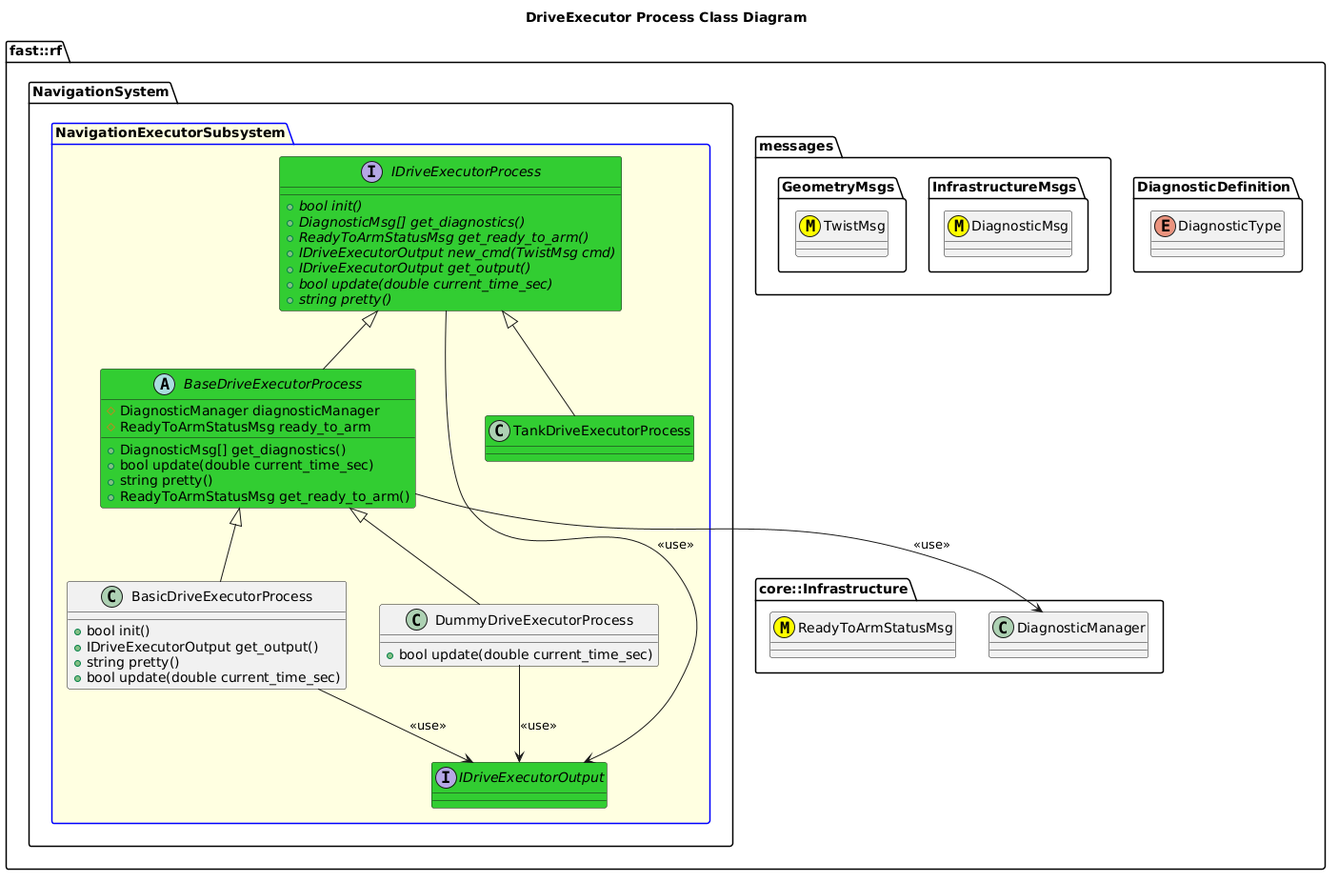
This is Systems/Navigation/Subsystems/NavigationExecutor/Processes/DriveExecutor/doc/puml/DriveExecutorProcessClassDiagram.png from fastrobotics/robot_framework, a PlantUML export, as it was before one commit.
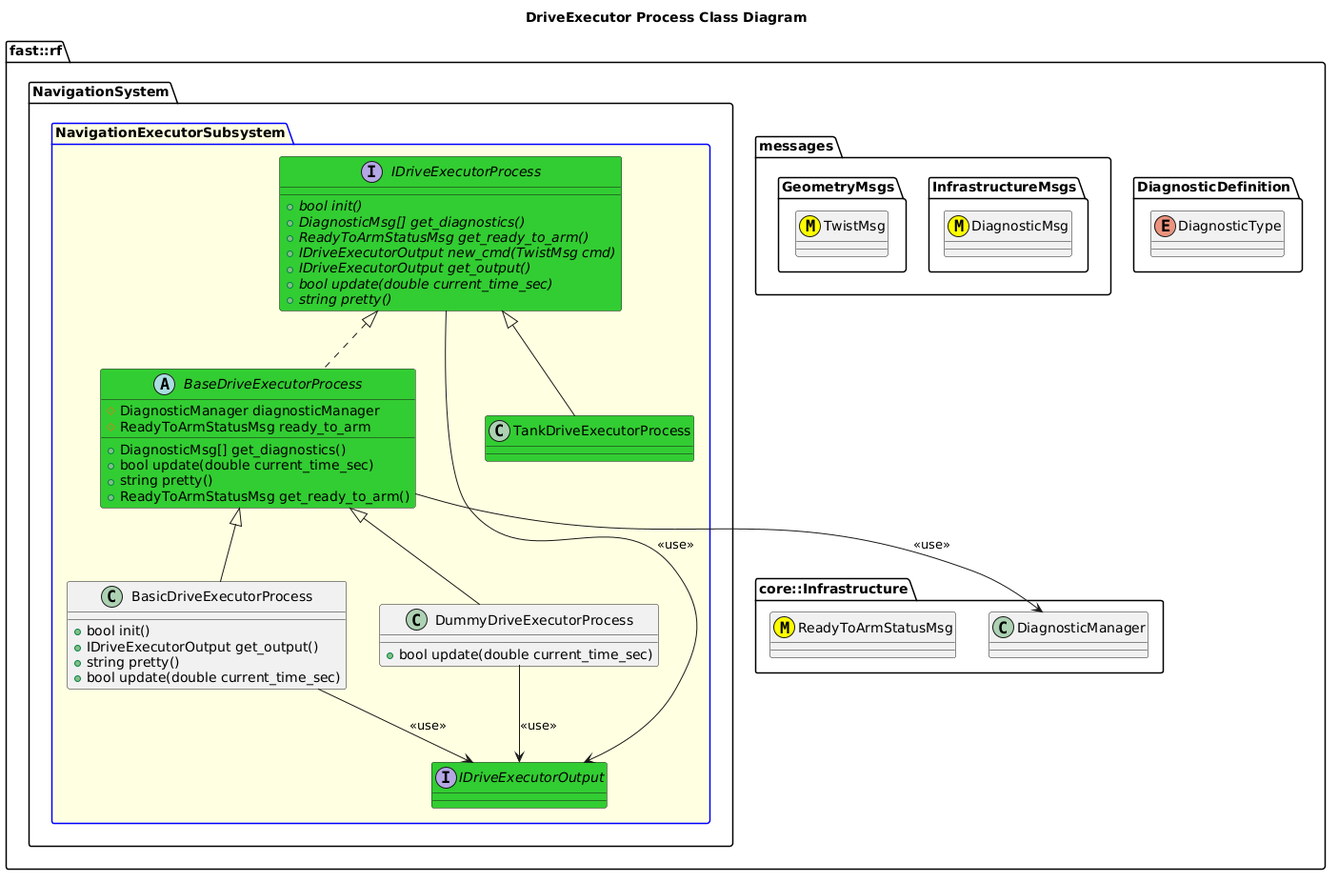
The same file after the commit.

Change to the diagram source:
```diff
@@ -42,7 +42,7 @@
 
 
         }
-        BaseDriveExecutorProcess -up-|> IDriveExecutorProcess
+        BaseDriveExecutorProcess .up.|> IDriveExecutorProcess
         BaseDriveExecutorProcess --> DiagnosticManager: <<use>>
         class BasicDriveExecutorProcess {
           +bool init()
```
